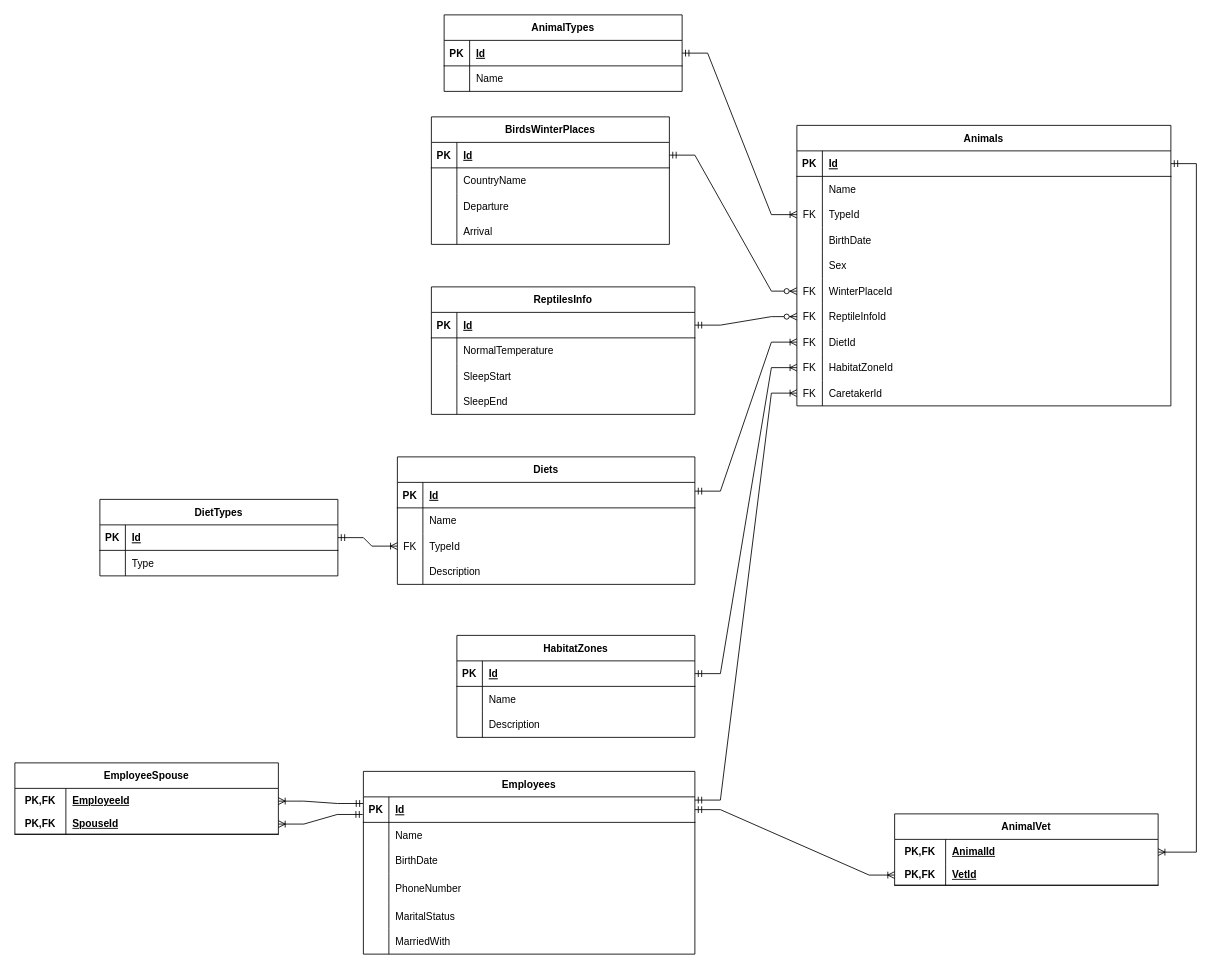
Above: Diagrams/er_diagram_without_types.drawio in slavikovics/Zoo (draw.io), before the change. Source tidied: cells renumbered, new cells numbered last; positions are measured from the earlier drawing's top-left corner, leaving out a move shared by most shapes. Both pictures are drawn from the tidied source at 85%, with x=0, y=0 at pixel (14, 14).
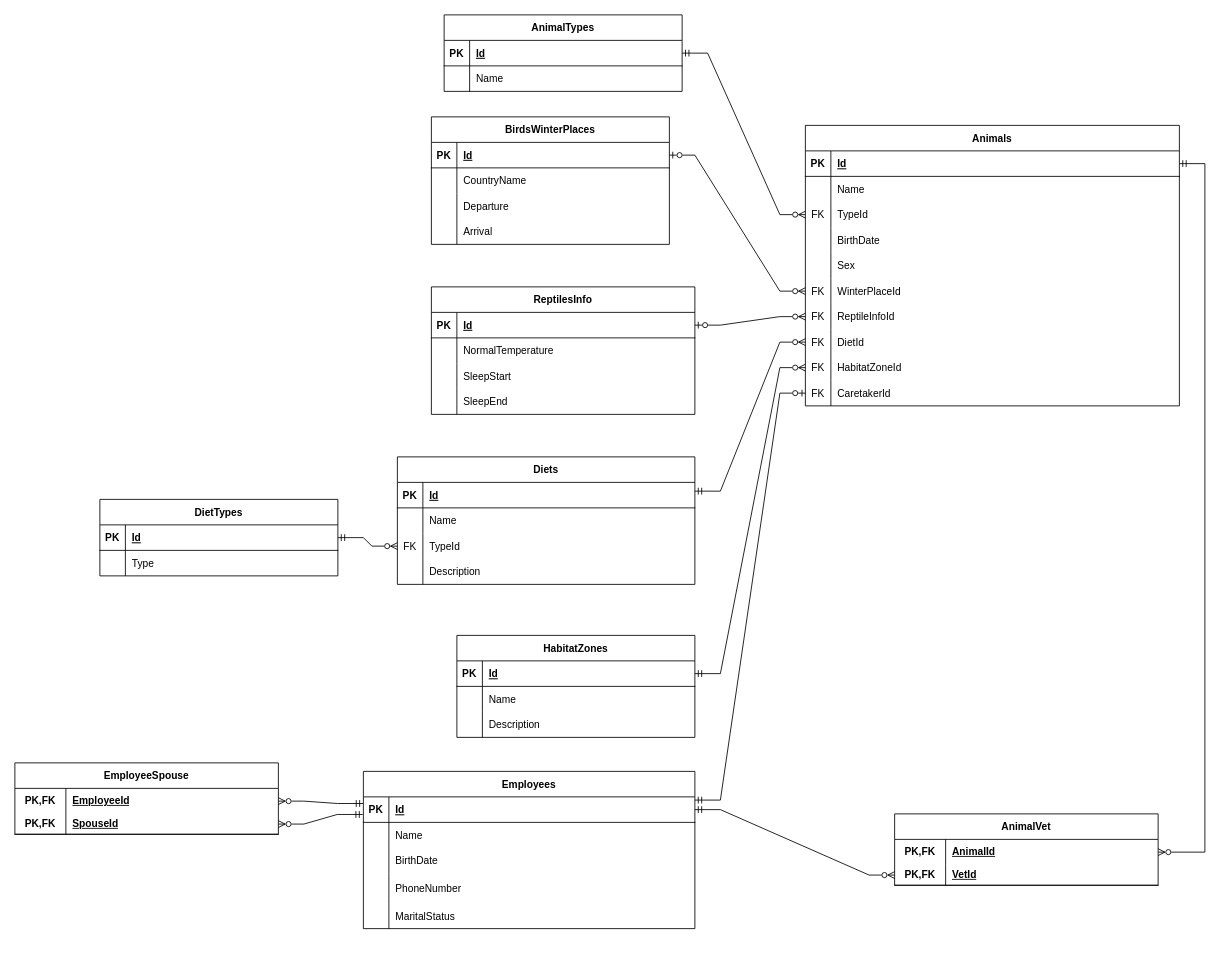
The same page after the edit.

Unchanged cells that the change refers to:
```xml
<mxCell id="3" style="shape=tableRow;horizontal=0;startSize=0;swimlaneHead=0;swimlaneBody=0;fillColor=none;points=[[0,0.5],[1,0.5]];portConstraint=eastwest;strokeColor=inherit;top=0;left=0;right=0;bottom=1;" parent="2" vertex="1">
  <mxGeometry y="30" width="280" height="30" as="geometry" />
</mxCell>
<mxCell id="10" style="shape=tableRow;horizontal=0;startSize=0;swimlaneHead=0;swimlaneBody=0;fillColor=none;points=[[0,0.5],[1,0.5]];portConstraint=eastwest;strokeColor=inherit;top=0;left=0;right=0;bottom=1;" parent="9" vertex="1">
  <mxGeometry y="30" width="390" height="30" as="geometry" />
</mxCell>
<mxCell id="29" style="shape=tableRow;horizontal=0;startSize=0;swimlaneHead=0;swimlaneBody=0;fillColor=none;points=[[0,0.5],[1,0.5]];portConstraint=eastwest;strokeColor=inherit;top=0;left=0;right=0;bottom=1;" parent="28" vertex="1">
  <mxGeometry y="30" width="280" height="30" as="geometry" />
</mxCell>
<mxCell id="42" style="shape=tableRow;horizontal=0;startSize=0;swimlaneHead=0;swimlaneBody=0;fillColor=none;points=[[0,0.5],[1,0.5]];portConstraint=eastwest;strokeColor=inherit;top=0;left=0;right=0;bottom=1;" parent="41" vertex="1">
  <mxGeometry y="30" width="280" height="30" as="geometry" />
</mxCell>
<mxCell id="49" style="shape=tableRow;horizontal=0;startSize=0;swimlaneHead=0;swimlaneBody=0;fillColor=none;points=[[0,0.5],[1,0.5]];portConstraint=eastwest;strokeColor=inherit;top=0;left=0;right=0;bottom=1;" parent="48" vertex="1">
  <mxGeometry y="30" width="350" height="30" as="geometry" />
</mxCell>
<mxCell id="55" style="shape=tableRow;horizontal=0;startSize=0;swimlaneHead=0;swimlaneBody=0;fillColor=none;points=[[0,0.5],[1,0.5]];portConstraint=eastwest;strokeColor=inherit;top=0;left=0;right=0;bottom=0;" parent="48" vertex="1">
  <mxGeometry y="90" width="350" height="30" as="geometry" />
</mxCell>
<mxCell id="62" style="shape=tableRow;horizontal=0;startSize=0;swimlaneHead=0;swimlaneBody=0;fillColor=none;points=[[0,0.5],[1,0.5]];portConstraint=eastwest;strokeColor=inherit;top=0;left=0;right=0;bottom=1;" parent="61" vertex="1">
  <mxGeometry y="30" width="280" height="30" as="geometry" />
</mxCell>
<mxCell id="72" style="shape=tableRow;horizontal=0;startSize=0;swimlaneHead=0;swimlaneBody=0;fillColor=none;points=[[0,0.5],[1,0.5]];portConstraint=eastwest;strokeColor=inherit;top=0;left=0;right=0;bottom=1;" parent="71" vertex="1">
  <mxGeometry y="30" width="310" height="30" as="geometry" />
</mxCell>
<mxCell id="85" style="shape=tableRow;horizontal=0;startSize=0;swimlaneHead=0;swimlaneBody=0;fillColor=none;points=[[0,0.5],[1,0.5]];portConstraint=eastwest;strokeColor=inherit;top=0;left=0;right=0;bottom=1;" parent="84" vertex="1">
  <mxGeometry y="30" width="440" height="30" as="geometry" />
</mxCell>
<mxCell id="91" style="shape=tableRow;horizontal=0;startSize=0;swimlaneHead=0;swimlaneBody=0;fillColor=none;points=[[0,0.5],[1,0.5]];portConstraint=eastwest;strokeColor=inherit;top=0;left=0;right=0;bottom=0;" parent="84" vertex="1">
  <mxGeometry y="90" width="440" height="30" as="geometry" />
</mxCell>
<mxCell id="100" style="shape=tableRow;horizontal=0;startSize=0;swimlaneHead=0;swimlaneBody=0;fillColor=none;points=[[0,0.5],[1,0.5]];portConstraint=eastwest;strokeColor=inherit;top=0;left=0;right=0;bottom=0;" parent="84" vertex="1">
  <mxGeometry y="180" width="440" height="30" as="geometry" />
</mxCell>
<mxCell id="103" style="shape=tableRow;horizontal=0;startSize=0;swimlaneHead=0;swimlaneBody=0;fillColor=none;points=[[0,0.5],[1,0.5]];portConstraint=eastwest;strokeColor=inherit;top=0;left=0;right=0;bottom=0;" parent="84" vertex="1">
  <mxGeometry y="210" width="440" height="30" as="geometry" />
</mxCell>
<mxCell id="106" style="shape=tableRow;horizontal=0;startSize=0;swimlaneHead=0;swimlaneBody=0;fillColor=none;points=[[0,0.5],[1,0.5]];portConstraint=eastwest;strokeColor=inherit;top=0;left=0;right=0;bottom=0;" parent="84" vertex="1">
  <mxGeometry y="240" width="440" height="30" as="geometry" />
</mxCell>
<mxCell id="109" style="shape=tableRow;horizontal=0;startSize=0;swimlaneHead=0;swimlaneBody=0;fillColor=none;points=[[0,0.5],[1,0.5]];portConstraint=eastwest;strokeColor=inherit;top=0;left=0;right=0;bottom=0;" parent="84" vertex="1">
  <mxGeometry y="270" width="440" height="30" as="geometry" />
</mxCell>
<mxCell id="112" style="shape=tableRow;horizontal=0;startSize=0;swimlaneHead=0;swimlaneBody=0;fillColor=none;points=[[0,0.5],[1,0.5]];portConstraint=eastwest;strokeColor=inherit;top=0;left=0;right=0;bottom=0;" parent="84" vertex="1">
  <mxGeometry y="300" width="440" height="30" as="geometry" />
</mxCell>
<mxCell id="124" style="shape=tableRow;horizontal=0;startSize=0;swimlaneHead=0;swimlaneBody=0;fillColor=none;points=[[0,0.5],[1,0.5]];portConstraint=eastwest;top=0;left=0;right=0;bottom=0;html=1;" parent="123" vertex="1">
  <mxGeometry y="30" width="310" height="30" as="geometry" />
</mxCell>
<mxCell id="127" style="shape=tableRow;horizontal=0;startSize=0;swimlaneHead=0;swimlaneBody=0;fillColor=none;points=[[0,0.5],[1,0.5]];portConstraint=eastwest;top=0;left=0;right=0;bottom=1;html=1;" parent="123" vertex="1">
  <mxGeometry y="60" width="310" height="24" as="geometry" />
</mxCell>
<mxCell id="131" style="shape=tableRow;horizontal=0;startSize=0;swimlaneHead=0;swimlaneBody=0;fillColor=none;points=[[0,0.5],[1,0.5]];portConstraint=eastwest;top=0;left=0;right=0;bottom=0;html=1;" parent="130" vertex="1">
  <mxGeometry y="30" width="310" height="30" as="geometry" />
</mxCell>
<mxCell id="134" style="shape=tableRow;horizontal=0;startSize=0;swimlaneHead=0;swimlaneBody=0;fillColor=none;points=[[0,0.5],[1,0.5]];portConstraint=eastwest;top=0;left=0;right=0;bottom=1;html=1;" parent="130" vertex="1">
  <mxGeometry y="60" width="310" height="24" as="geometry" />
</mxCell>
```

Change to the diagram source:
```diff
@@
     <mxCell id="9" value="Employees" style="shape=table;startSize=30;childLayout=tableLayout;rowLines=0;fontStyle=1;align=center;" parent="1" vertex="1">
-      <mxGeometry x="410" y="890" width="390" height="215" as="geometry" />
+      <mxGeometry x="410" y="890" width="390" height="185" as="geometry" />
     </mxCell>
@@
-    <mxCell id="25" style="shape=tableRow;horizontal=0;startSize=0;swimlaneHead=0;swimlaneBody=0;fillColor=none;strokeColor=inherit;top=0;left=0;right=0;bottom=0;" parent="9" vertex="1">
-      <mxGeometry y="185" width="390" height="30" as="geometry" />
-    </mxCell>
-    <mxCell id="26" style="shape=partialRectangle;overflow=hidden;fillColor=none;strokeColor=inherit;top=0;left=0;bottom=0;right=0;" parent="25" vertex="1">
-      <mxGeometry width="30" height="30" as="geometry" />
-    </mxCell>
-    <mxCell id="27" value="MarriedWith" style="shape=partialRectangle;overflow=hidden;fillColor=none;align=left;strokeColor=inherit;top=0;left=0;bottom=0;right=0;spacingLeft=6;" parent="25" vertex="1">
-      <mxGeometry x="30" width="360" height="30" as="geometry" />
-    </mxCell>
@@
     <mxCell id="84" value="Animals" style="shape=table;startSize=30;childLayout=tableLayout;rowLines=0;fontStyle=1;align=center;" parent="1" vertex="1">
-      <mxGeometry x="920" y="130" width="440" height="330" as="geometry" />
+      <mxGeometry x="930" y="130" width="440" height="330" as="geometry" />
     </mxCell>
@@
-    <mxCell id="115" style="edgeStyle=entityRelationEdgeStyle;fontSize=12;html=1;endArrow=ERoneToMany;startArrow=ERmandOne;rounded=0;exitX=1;exitY=0.5;exitDx=0;exitDy=0;entryX=0;entryY=0.5;entryDx=0;entryDy=0;" parent="1" edge="1" source="62" target="109">
+    <mxCell id="115" style="edgeStyle=entityRelationEdgeStyle;fontSize=12;html=1;endArrow=ERzeroToMany;startArrow=ERmandOne;rounded=0;exitX=1;exitY=0.5;exitDx=0;exitDy=0;entryX=0;entryY=0.5;entryDx=0;entryDy=0;endFill=0;" parent="1" edge="1" source="62" target="109">
       <mxGeometry relative="1" as="geometry">
         <Array as="points">
           <mxPoint x="930" y="200" />
           <mxPoint x="890" y="210" />
           <mxPoint x="1060" y="130" />
           <mxPoint x="850" y="250" />
           <mxPoint x="930" y="190" />
           <mxPoint x="930" y="190" />
           <mxPoint x="830" y="20" />
           <mxPoint x="710" y="286.2" />
           <mxPoint x="870" y="196.2" />
           <mxPoint x="950" y="196.2" />
           <mxPoint x="840" y="196.2" />
           <mxPoint x="750" y="176.2" />
           <mxPoint x="700" y="306.2" />
           <mxPoint x="610" y="18.8" />
         </Array>
       </mxGeometry>
     </mxCell>
-    <mxCell id="116" style="edgeStyle=entityRelationEdgeStyle;fontSize=12;html=1;endArrow=ERoneToMany;startArrow=ERmandOne;rounded=0;exitX=1;exitY=0.344;exitDx=0;exitDy=0;exitPerimeter=0;entryX=0;entryY=0.5;entryDx=0;entryDy=0;" parent="1" edge="1" source="49" target="106">
+    <mxCell id="116" style="edgeStyle=entityRelationEdgeStyle;fontSize=12;html=1;endArrow=ERzeroToMany;startArrow=ERmandOne;rounded=0;exitX=1;exitY=0.344;exitDx=0;exitDy=0;exitPerimeter=0;entryX=0;entryY=0.5;entryDx=0;entryDy=0;endFill=0;" parent="1" edge="1" source="49" target="106">
       <mxGeometry relative="1" as="geometry">
         <Array as="points">
           <mxPoint x="940" y="210" />
           <mxPoint x="900" y="220" />
           <mxPoint x="1070" y="140" />
           <mxPoint x="860" y="260" />
           <mxPoint x="940" y="200" />
           <mxPoint x="940" y="200" />
           <mxPoint x="840" y="30" />
           <mxPoint x="720" y="296.2" />
           <mxPoint x="880" y="206.2" />
           <mxPoint x="960" y="206.2" />
           <mxPoint x="850" y="206.2" />
           <mxPoint x="760" y="186.2" />
           <mxPoint x="710" y="316.2" />
           <mxPoint x="620" y="28.8" />
         </Array>
       </mxGeometry>
     </mxCell>
-    <mxCell id="117" style="edgeStyle=entityRelationEdgeStyle;fontSize=12;html=1;endArrow=ERoneToMany;startArrow=ERmandOne;rounded=0;entryX=0;entryY=0.5;entryDx=0;entryDy=0;exitX=1;exitY=0.126;exitDx=0;exitDy=0;exitPerimeter=0;" parent="1" edge="1" source="10" target="112">
+    <mxCell id="117" style="edgeStyle=entityRelationEdgeStyle;fontSize=12;html=1;endArrow=ERzeroToOne;startArrow=ERmandOne;rounded=0;entryX=0;entryY=0.5;entryDx=0;entryDy=0;exitX=1;exitY=0.126;exitDx=0;exitDy=0;exitPerimeter=0;endFill=0;" parent="1" edge="1" source="10" target="112">
       <mxGeometry relative="1" as="geometry" />
     </mxCell>
-    <mxCell id="118" style="edgeStyle=entityRelationEdgeStyle;fontSize=12;html=1;endArrow=ERoneToMany;startArrow=ERmandOne;rounded=0;exitX=1;exitY=0.5;exitDx=0;exitDy=0;entryX=0;entryY=0.5;entryDx=0;entryDy=0;" parent="1" edge="1" source="42" target="55">
+    <mxCell id="118" style="edgeStyle=entityRelationEdgeStyle;fontSize=12;html=1;endArrow=ERzeroToMany;startArrow=ERmandOne;rounded=0;exitX=1;exitY=0.5;exitDx=0;exitDy=0;entryX=0;entryY=0.5;entryDx=0;entryDy=0;endFill=0;" parent="1" edge="1" source="42" target="55">
       <mxGeometry relative="1" as="geometry">
         <Array as="points">
           <mxPoint x="950" y="220" />
           <mxPoint x="910" y="230" />
           <mxPoint x="1080" y="150" />
           <mxPoint x="870" y="270" />
           <mxPoint x="950" y="210" />
           <mxPoint x="950" y="210" />
           <mxPoint x="850" y="40" />
           <mxPoint x="730" y="306.2" />
           <mxPoint x="890" y="216.2" />
           <mxPoint x="970" y="216.2" />
           <mxPoint x="860" y="216.2" />
           <mxPoint x="770" y="196.2" />
           <mxPoint x="720" y="326.2" />
           <mxPoint x="630" y="38.8" />
         </Array>
       </mxGeometry>
     </mxCell>
-    <mxCell id="119" style="edgeStyle=entityRelationEdgeStyle;fontSize=12;html=1;endArrow=ERoneToMany;startArrow=ERmandOne;rounded=0;exitX=1;exitY=0.5;exitDx=0;exitDy=0;entryX=0;entryY=0.5;entryDx=0;entryDy=0;" parent="1" edge="1" source="3" target="91">
+    <mxCell id="119" style="edgeStyle=entityRelationEdgeStyle;fontSize=12;html=1;endArrow=ERzeroToMany;startArrow=ERmandOne;rounded=0;exitX=1;exitY=0.5;exitDx=0;exitDy=0;entryX=0;entryY=0.5;entryDx=0;entryDy=0;endFill=0;" parent="1" edge="1" source="3" target="91">
       <mxGeometry relative="1" as="geometry" />
     </mxCell>
-    <mxCell id="120" style="edgeStyle=entityRelationEdgeStyle;fontSize=12;html=1;endArrow=ERzeroToMany;startArrow=ERmandOne;rounded=0;exitX=1;exitY=0.5;exitDx=0;exitDy=0;entryX=0;entryY=0.5;entryDx=0;entryDy=0;" parent="1" edge="1" source="29" target="100">
+    <mxCell id="120" style="edgeStyle=entityRelationEdgeStyle;fontSize=12;html=1;endArrow=ERzeroToMany;startArrow=ERzeroToOne;rounded=0;exitX=1;exitY=0.5;exitDx=0;exitDy=0;entryX=0;entryY=0.5;entryDx=0;entryDy=0;endFill=0;startFill=0;" parent="1" edge="1" source="29" target="100">
       <mxGeometry relative="1" as="geometry" />
     </mxCell>
-    <mxCell id="121" style="edgeStyle=entityRelationEdgeStyle;fontSize=12;html=1;endArrow=ERzeroToMany;startArrow=ERmandOne;rounded=0;exitX=1;exitY=0.5;exitDx=0;exitDy=0;entryX=0;entryY=0.5;entryDx=0;entryDy=0;" parent="1" edge="1" source="72" target="103">
+    <mxCell id="121" style="edgeStyle=entityRelationEdgeStyle;fontSize=12;html=1;endArrow=ERzeroToMany;startArrow=ERzeroToOne;rounded=0;exitX=1;exitY=0.5;exitDx=0;exitDy=0;entryX=0;entryY=0.5;entryDx=0;entryDy=0;endFill=0;startFill=0;" parent="1" edge="1" source="72" target="103">
       <mxGeometry relative="1" as="geometry" />
     </mxCell>
-    <mxCell id="122" style="edgeStyle=entityRelationEdgeStyle;fontSize=12;html=1;endArrow=ERoneToMany;startArrow=ERmandOne;rounded=0;exitX=1;exitY=0.5;exitDx=0;exitDy=0;entryX=0;entryY=0.5;entryDx=0;entryDy=0;" parent="1" edge="1" source="10" target="127">
+    <mxCell id="122" style="edgeStyle=entityRelationEdgeStyle;fontSize=12;html=1;endArrow=ERzeroToMany;startArrow=ERmandOne;rounded=0;exitX=1;exitY=0.5;exitDx=0;exitDy=0;entryX=0;entryY=0.5;entryDx=0;entryDy=0;endFill=0;" parent="1" edge="1" source="10" target="127">
       <mxGeometry relative="1" as="geometry" />
     </mxCell>
@@
-    <mxCell id="137" style="edgeStyle=entityRelationEdgeStyle;fontSize=12;html=1;endArrow=ERoneToMany;startArrow=ERmandOne;rounded=0;entryX=1;entryY=0.5;entryDx=0;entryDy=0;" parent="1" edge="1" source="85" target="124">
+    <mxCell id="137" style="edgeStyle=entityRelationEdgeStyle;fontSize=12;html=1;endArrow=ERzeroToMany;startArrow=ERmandOne;rounded=0;entryX=1;entryY=0.5;entryDx=0;entryDy=0;endFill=0;" parent="1" edge="1" source="85" target="124">
       <mxGeometry relative="1" as="geometry" />
     </mxCell>
-    <mxCell id="138" style="edgeStyle=entityRelationEdgeStyle;fontSize=12;html=1;endArrow=ERoneToMany;startArrow=ERmandOne;rounded=0;exitX=-0.001;exitY=0.26;exitDx=0;exitDy=0;entryX=1;entryY=0.5;entryDx=0;entryDy=0;exitPerimeter=0;" parent="1" edge="1" source="10" target="131">
+    <mxCell id="138" style="edgeStyle=entityRelationEdgeStyle;fontSize=12;html=1;endArrow=ERzeroToMany;startArrow=ERmandOne;rounded=0;exitX=-0.001;exitY=0.26;exitDx=0;exitDy=0;entryX=1;entryY=0.5;entryDx=0;entryDy=0;exitPerimeter=0;endFill=0;" parent="1" edge="1" source="10" target="131">
       <mxGeometry relative="1" as="geometry" />
     </mxCell>
-    <mxCell id="139" style="edgeStyle=entityRelationEdgeStyle;fontSize=12;html=1;endArrow=ERoneToMany;startArrow=ERmandOne;rounded=0;exitX=-0.002;exitY=0.69;exitDx=0;exitDy=0;entryX=1;entryY=0.5;entryDx=0;entryDy=0;exitPerimeter=0;" parent="1" edge="1" source="10" target="134">
+    <mxCell id="139" style="edgeStyle=entityRelationEdgeStyle;fontSize=12;html=1;endArrow=ERzeroToMany;startArrow=ERmandOne;rounded=0;exitX=-0.002;exitY=0.69;exitDx=0;exitDy=0;entryX=1;entryY=0.5;entryDx=0;entryDy=0;exitPerimeter=0;endFill=0;" parent="1" edge="1" source="10" target="134">
       <mxGeometry relative="1" as="geometry" />
     </mxCell>
```
